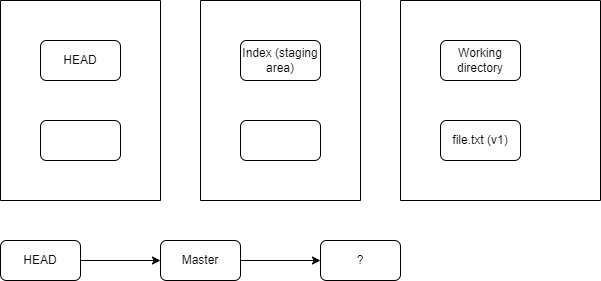
Before: img/git/git2.png, a diagram exported from draw.io (riehseun/riehseun.github.io). Source tidied: cells renumbered, new cells last; positions are measured from the earlier drawing's top-left corner, leaving out a move shared by most shapes.
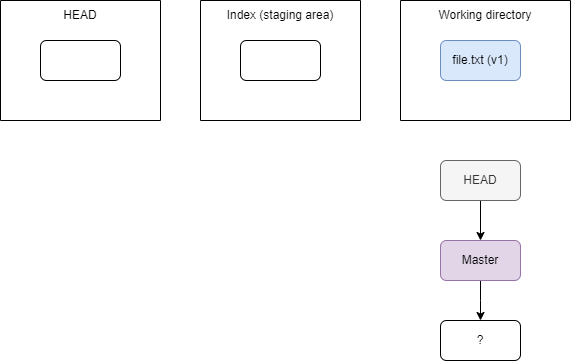
Above is the later version.

The edit, as a diff of the source:
```diff
@@ -2,47 +2,49 @@
   <root>
     <mxCell id="0" />
     <mxCell id="1" parent="0" />
-    <mxCell id="2" value="HEAD" style="rounded=1;whiteSpace=wrap;html=1;" parent="1" vertex="1">
-      <mxGeometry x="40" y="40" width="80" height="40" as="geometry" />
-    </mxCell>
     <mxCell id="3" style="swimlane;startSize=0;" parent="1" vertex="1">
-      <mxGeometry width="160" height="200" as="geometry" />
+      <mxGeometry width="160" height="120" as="geometry" />
     </mxCell>
     <mxCell id="4" style="rounded=1;whiteSpace=wrap;html=1;" parent="3" vertex="1">
-      <mxGeometry x="40" y="120" width="80" height="40" as="geometry" />
+      <mxGeometry x="40" y="40" width="80" height="40" as="geometry" />
     </mxCell>
+    <mxCell id="16" value="HEAD" style="text;html=1;align=center;verticalAlign=middle;whiteSpace=wrap;rounded=0;" parent="3" vertex="1">
+      <mxGeometry width="160" height="30" as="geometry" />
+    </mxCell>
     <mxCell id="5" style="swimlane;startSize=0;" parent="1" vertex="1">
-      <mxGeometry x="200" width="160" height="200" as="geometry" />
+      <mxGeometry x="200" width="160" height="120" as="geometry" />
     </mxCell>
+    <mxCell id="7" style="rounded=1;whiteSpace=wrap;html=1;" parent="5" vertex="1">
+      <mxGeometry x="40" y="40" width="80" height="40" as="geometry" />
+    </mxCell>
-    <mxCell id="6" value="Index (staging area)" style="rounded=1;whiteSpace=wrap;html=1;" parent="5" vertex="1">
-      <mxGeometry x="40" y="40" width="80" height="40" as="geometry" />
+    <mxCell id="6" value="Index (staging area)" style="text;html=1;align=center;verticalAlign=middle;whiteSpace=wrap;rounded=0;" parent="5" vertex="1">
+      <mxGeometry width="160" height="30" as="geometry" />
     </mxCell>
-    <mxCell id="7" style="rounded=1;whiteSpace=wrap;html=1;" parent="5" vertex="1">
-      <mxGeometry x="40" y="120" width="80" height="40" as="geometry" />
-    </mxCell>
     <mxCell id="8" style="swimlane;startSize=0;" parent="1" vertex="1">
-      <mxGeometry x="400" width="200" height="200" as="geometry" />
+      <mxGeometry x="400" width="170" height="120" as="geometry" />
     </mxCell>
+    <mxCell id="10" value="file.txt (v1)" style="rounded=1;whiteSpace=wrap;html=1;fillColor=#dae8fc;strokeColor=#6c8ebf;" parent="8" vertex="1">
+      <mxGeometry x="40" y="40" width="80" height="40" as="geometry" />
+    </mxCell>
-    <mxCell id="9" value="Working directory" style="rounded=1;whiteSpace=wrap;html=1;" parent="8" vertex="1">
-      <mxGeometry x="40" y="40" width="80" height="40" as="geometry" />
+    <mxCell id="9" value="Working directory" style="text;html=1;align=center;verticalAlign=middle;whiteSpace=wrap;rounded=0;" parent="8" vertex="1">
+      <mxGeometry width="170" height="30" as="geometry" />
     </mxCell>
-    <mxCell id="10" value="file.txt (v1)" style="rounded=1;whiteSpace=wrap;html=1;" parent="8" vertex="1">
-      <mxGeometry x="40" y="120" width="80" height="40" as="geometry" />
-    </mxCell>
-    <mxCell id="11" style="edgeStyle=orthogonalEdgeStyle;rounded=0;jettySize=auto;html=1;exitX=1;exitY=0.5;exitDx=0;exitDy=0;entryX=0;entryY=0.5;entryDx=0;entryDy=0;" parent="1" edge="1" source="12" target="14">
-      <mxGeometry relative="1" as="geometry" />
-    </mxCell>
-    <mxCell id="12" value="HEAD" style="rounded=1;whiteSpace=wrap;html=1;" parent="1" vertex="1">
-      <mxGeometry y="240" width="80" height="40" as="geometry" />
-    </mxCell>
-    <mxCell id="13" style="edgeStyle=orthogonalEdgeStyle;rounded=0;jettySize=auto;html=1;exitX=1;exitY=0.5;exitDx=0;exitDy=0;entryX=0;entryY=0.5;entryDx=0;entryDy=0;" parent="1" edge="1" source="14" target="15">
-      <mxGeometry relative="1" as="geometry" />
-    </mxCell>
+    <mxCell id="17" style="edgeStyle=orthogonalEdgeStyle;rounded=0;jettySize=auto;html=1;exitX=0.5;exitY=1;exitDx=0;exitDy=0;entryX=0.5;entryY=0;entryDx=0;entryDy=0;" parent="1" edge="1" source="18" target="14">
+      <mxGeometry relative="1" as="geometry" />
+    </mxCell>
+    <mxCell id="18" value="HEAD" style="rounded=1;whiteSpace=wrap;html=1;fillColor=#f5f5f5;fontColor=#333333;strokeColor=#666666;" parent="1" vertex="1">
+      <mxGeometry x="440" y="160" width="80" height="40" as="geometry" />
+    </mxCell>
+    <mxCell id="19" style="edgeStyle=orthogonalEdgeStyle;rounded=0;jettySize=auto;html=1;exitX=0.5;exitY=1;exitDx=0;exitDy=0;entryX=0.5;entryY=0;entryDx=0;entryDy=0;" parent="1" edge="1" source="14">
+      <mxGeometry relative="1" as="geometry">
+        <mxPoint x="480" y="320" as="targetPoint" />
+      </mxGeometry>
+    </mxCell>
-    <mxCell id="14" value="Master" style="rounded=1;whiteSpace=wrap;html=1;" parent="1" vertex="1">
-      <mxGeometry x="160" y="240" width="80" height="40" as="geometry" />
+    <mxCell id="14" value="Master" style="rounded=1;whiteSpace=wrap;html=1;fillColor=#e1d5e7;strokeColor=#9673a6;" parent="1" vertex="1">
+      <mxGeometry x="440" y="240" width="80" height="40" as="geometry" />
     </mxCell>
     <mxCell id="15" value="?" style="rounded=1;whiteSpace=wrap;html=1;" parent="1" vertex="1">
-      <mxGeometry x="320" y="240" width="80" height="40" as="geometry" />
+      <mxGeometry x="440" y="320" width="80" height="40" as="geometry" />
     </mxCell>
   </root>
 </mxGraphModel>
```
